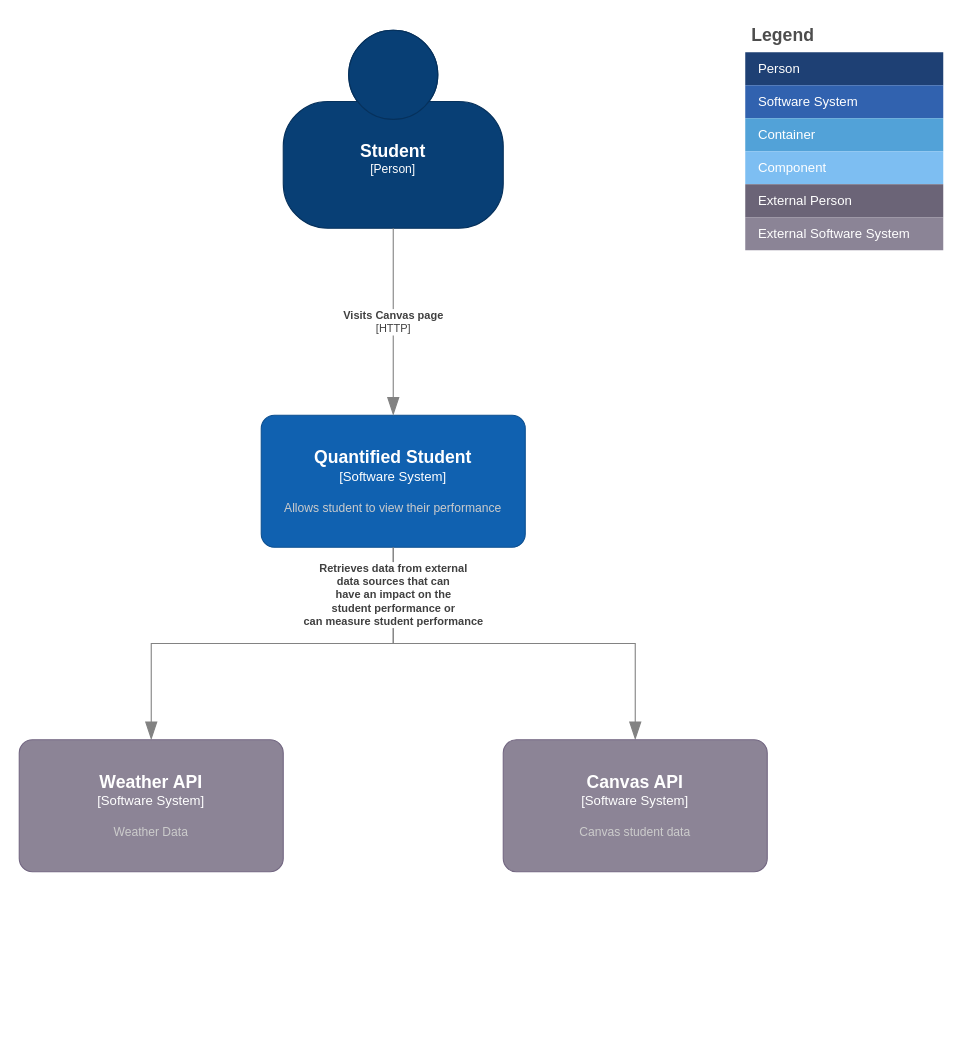
Before: Application Architecture/QSc4_1.drawio in quantifiedstudent/QS-Docs, a draw.io diagram. Source tidied: cells renumbered, new cells numbered last; positions are measured from the earlier drawing's top-left corner, leaving out a move shared by most shapes. Both pictures are drawn from the tidied source at 110%, with x=0, y=0 at pixel (19, 19).
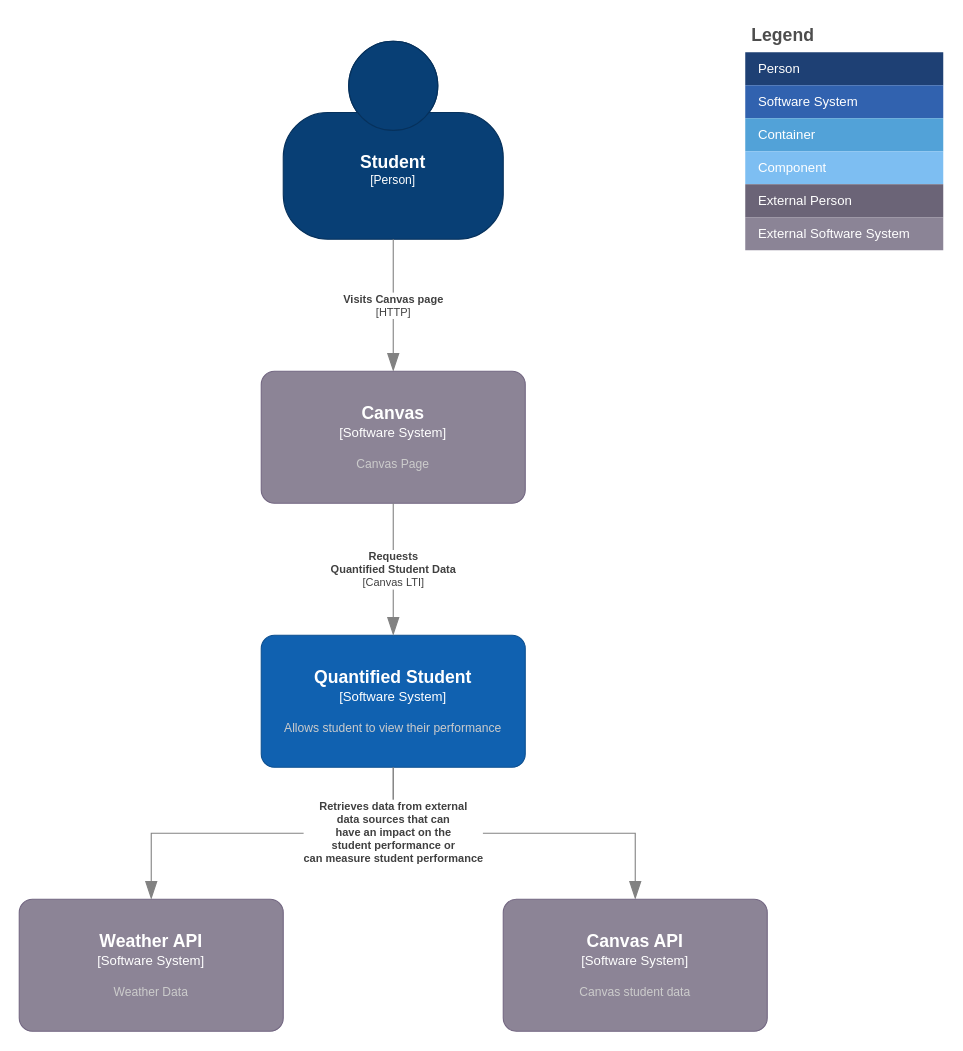
The same diagram, later.

Diff of the diagram source:
```diff
@@
     <object id="3" label="&lt;font style=&quot;font-size: 16px&quot;&gt;&lt;b&gt;%c4Name%&lt;/b&gt;&lt;/font&gt;&lt;div&gt;[%c4Type%]&lt;/div&gt;&lt;br&gt;&lt;div&gt;&lt;font style=&quot;font-size: 11px&quot;&gt;&lt;font color=&quot;#cccccc&quot;&gt;%c4Description%&lt;/font&gt;&lt;/div&gt;" c4Description="" c4Name="Student" c4Type="Person" placeholders="1">
       <mxCell style="html=1;fontSize=11;dashed=0;whiteSpace=wrap;fillColor=#083F75;strokeColor=#06315C;fontColor=#ffffff;shape=mxgraph.c4.person2;align=center;points=[[0.5,0,0],[1,0.5,0],[1,0.75,0],[0.75,1,0],[0.5,1,0],[0.25,1,0],[0,0.75,0],[0,0.5,0]];" parent="1" vertex="1">
-        <mxGeometry x="240" y="10" width="200" height="180" as="geometry" />
+        <mxGeometry x="240" y="20" width="200" height="180" as="geometry" />
       </mxCell>
     </object>
     <object id="4" label="&lt;font style=&quot;font-size: 16px&quot;&gt;&lt;b&gt;%c4Name%&lt;/b&gt;&lt;/font&gt;&lt;div&gt;[%c4Type%]&lt;/div&gt;&lt;br&gt;&lt;div&gt;&lt;font style=&quot;font-size: 11px&quot;&gt;&lt;font color=&quot;#cccccc&quot;&gt;%c4Description%&lt;/font&gt;&lt;/div&gt;" c4Description="Allows student to view their performance" c4Name="Quantified Student" c4Type="Software System" placeholders="1">
       <mxCell style="rounded=1;whiteSpace=wrap;html=1;labelBackgroundColor=none;fillColor=#1061B0;fontColor=#ffffff;align=center;arcSize=10;strokeColor=#0D5091;points=[[0.25,0,0],[0.5,0,0],[0.75,0,0],[1,0.25,0],[1,0.5,0],[1,0.75,0],[0.75,1,0],[0.5,1,0],[0.25,1,0],[0,0.75,0],[0,0.5,0],[0,0.25,0]];" parent="1" vertex="1">
-        <mxGeometry x="220" y="360" width="240" height="120" as="geometry" />
+        <mxGeometry x="220" y="560" width="240" height="120" as="geometry" />
       </mxCell>
     </object>
     <object id="5" label="&lt;font style=&quot;font-size: 16px&quot;&gt;&lt;b&gt;%c4Name%&lt;/b&gt;&lt;/font&gt;&lt;div&gt;[%c4Type%]&lt;/div&gt;&lt;br&gt;&lt;div&gt;&lt;font style=&quot;font-size: 11px&quot;&gt;&lt;font color=&quot;#cccccc&quot;&gt;%c4Description%&lt;/font&gt;&lt;/div&gt;" c4Description="Weather Data" c4Name="Weather API" c4Type="Software System" placeholders="1">
       <mxCell style="rounded=1;whiteSpace=wrap;html=1;labelBackgroundColor=none;fillColor=#8C8496;fontColor=#ffffff;align=center;arcSize=10;strokeColor=#736782;points=[[0.25,0,0],[0.5,0,0],[0.75,0,0],[1,0.25,0],[1,0.5,0],[1,0.75,0],[0.75,1,0],[0.5,1,0],[0.25,1,0],[0,0.75,0],[0,0.5,0],[0,0.25,0]];" parent="1" vertex="1">
-        <mxGeometry y="655" width="240" height="120" as="geometry" />
+        <mxGeometry y="800" width="240" height="120" as="geometry" />
       </mxCell>
     </object>
     <object id="6" label="&lt;font style=&quot;font-size: 16px&quot;&gt;&lt;b&gt;%c4Name%&lt;/b&gt;&lt;/font&gt;&lt;div&gt;[%c4Type%]&lt;/div&gt;&lt;br&gt;&lt;div&gt;&lt;font style=&quot;font-size: 11px&quot;&gt;&lt;font color=&quot;#cccccc&quot;&gt;%c4Description%&lt;/font&gt;&lt;/div&gt;" c4Description="Canvas student data" c4Name="Canvas API" c4Type="Software System" placeholders="1">
       <mxCell style="rounded=1;whiteSpace=wrap;html=1;labelBackgroundColor=none;fillColor=#8C8496;fontColor=#ffffff;align=center;arcSize=10;strokeColor=#736782;points=[[0.25,0,0],[0.5,0,0],[0.75,0,0],[1,0.25,0],[1,0.5,0],[1,0.75,0],[0.75,1,0],[0.5,1,0],[0.25,1,0],[0,0.75,0],[0,0.5,0],[0,0.25,0]];" parent="1" vertex="1">
-        <mxGeometry x="440" y="655" width="240" height="120" as="geometry" />
+        <mxGeometry x="440" y="800" width="240" height="120" as="geometry" />
       </mxCell>
     </object>
     <object id="7" label="&lt;div style=&quot;text-align: left&quot;&gt;&lt;div style=&quot;text-align: center&quot;&gt;&lt;b&gt;%c4Description%&lt;/b&gt;&lt;/div&gt;&lt;div style=&quot;text-align: center&quot;&gt;[%c4Technology%]&lt;/div&gt;&lt;/div&gt;" c4Description="Visits Canvas page" c4Technology="HTTP" placeholders="1">
-      <mxCell style="endArrow=blockThin;html=1;fontSize=10;fontColor=#404040;strokeWidth=1;endFill=1;strokeColor=#828282;elbow=vertical;endSize=14;startSize=14;jumpStyle=arc;jumpSize=16;rounded=0;edgeStyle=orthogonalEdgeStyle;entryX=0.5;entryY=0;entryDx=0;entryDy=0;entryPerimeter=0;exitX=0.5;exitY=1;exitDx=0;exitDy=0;exitPerimeter=0;" parent="1" edge="1" source="3" target="4">
+      <mxCell style="endArrow=blockThin;html=1;fontSize=10;fontColor=#404040;strokeWidth=1;endFill=1;strokeColor=#828282;elbow=vertical;endSize=14;startSize=14;jumpStyle=arc;jumpSize=16;rounded=0;edgeStyle=orthogonalEdgeStyle;entryX=0.5;entryY=0;entryDx=0;entryDy=0;entryPerimeter=0;exitX=0.5;exitY=1;exitDx=0;exitDy=0;exitPerimeter=0;" parent="1" edge="1" source="3" target="22">
         <mxGeometry relative="1" as="geometry" />
       </mxCell>
     </object>
     <object id="8" label="&lt;div style=&quot;text-align: left&quot;&gt;&lt;div style=&quot;text-align: center&quot;&gt;&lt;b&gt;%c4Description%&lt;/b&gt;&lt;/div&gt;&lt;/div&gt;" c4Description="Retrieves data from external &#10;data sources that can &#10;have an impact on the &#10;student performance or &#10;can measure student performance" placeholders="1">
       <mxCell style="endArrow=blockThin;html=1;fontSize=10;fontColor=#404040;strokeWidth=1;endFill=1;strokeColor=#828282;elbow=vertical;endSize=14;startSize=14;jumpStyle=arc;jumpSize=16;rounded=0;edgeStyle=orthogonalEdgeStyle;exitX=0.5;exitY=1;exitDx=0;exitDy=0;exitPerimeter=0;entryX=0.5;entryY=0;entryDx=0;entryDy=0;entryPerimeter=0;labelBackgroundColor=default;labelBorderColor=none;" parent="1" edge="1" source="4" target="5">
-        <mxGeometry x="-0.78" relative="1" as="geometry" />
+        <mxGeometry x="-0.65" relative="1" as="geometry" />
       </mxCell>
     </object>
@@
+    <object id="22" label="&lt;font style=&quot;font-size: 16px&quot;&gt;&lt;b&gt;%c4Name%&lt;/b&gt;&lt;/font&gt;&lt;div&gt;[%c4Type%]&lt;/div&gt;&lt;br&gt;&lt;div&gt;&lt;font style=&quot;font-size: 11px&quot;&gt;&lt;font color=&quot;#cccccc&quot;&gt;%c4Description%&lt;/font&gt;&lt;/div&gt;" c4Description="Canvas Page" c4Name="Canvas" c4Type="Software System" placeholders="1">
+      <mxCell style="rounded=1;whiteSpace=wrap;html=1;labelBackgroundColor=none;fillColor=#8C8496;fontColor=#ffffff;align=center;arcSize=10;strokeColor=#736782;points=[[0.25,0,0],[0.5,0,0],[0.75,0,0],[1,0.25,0],[1,0.5,0],[1,0.75,0],[0.75,1,0],[0.5,1,0],[0.25,1,0],[0,0.75,0],[0,0.5,0],[0,0.25,0]];" parent="1" vertex="1">
+        <mxGeometry x="220" y="320" width="240" height="120" as="geometry" />
+      </mxCell>
+    </object>
+    <object id="23" label="&lt;div style=&quot;text-align: left&quot;&gt;&lt;div style=&quot;text-align: center&quot;&gt;&lt;b&gt;%c4Description%&lt;/b&gt;&lt;/div&gt;&lt;div style=&quot;text-align: center&quot;&gt;[%c4Technology%]&lt;/div&gt;&lt;/div&gt;" c4Description="Requests &#10;Quantified Student Data" c4Technology="Canvas LTI" placeholders="1">
+      <mxCell style="endArrow=blockThin;html=1;fontSize=10;fontColor=#404040;strokeWidth=1;endFill=1;strokeColor=#828282;elbow=vertical;endSize=14;startSize=14;jumpStyle=arc;jumpSize=16;rounded=0;edgeStyle=orthogonalEdgeStyle;exitX=0.5;exitY=1;exitDx=0;exitDy=0;exitPerimeter=0;entryX=0.5;entryY=0;entryDx=0;entryDy=0;entryPerimeter=0;" parent="1" edge="1" source="22" target="4">
+        <mxGeometry relative="1" as="geometry" />
+      </mxCell>
+    </object>
```
